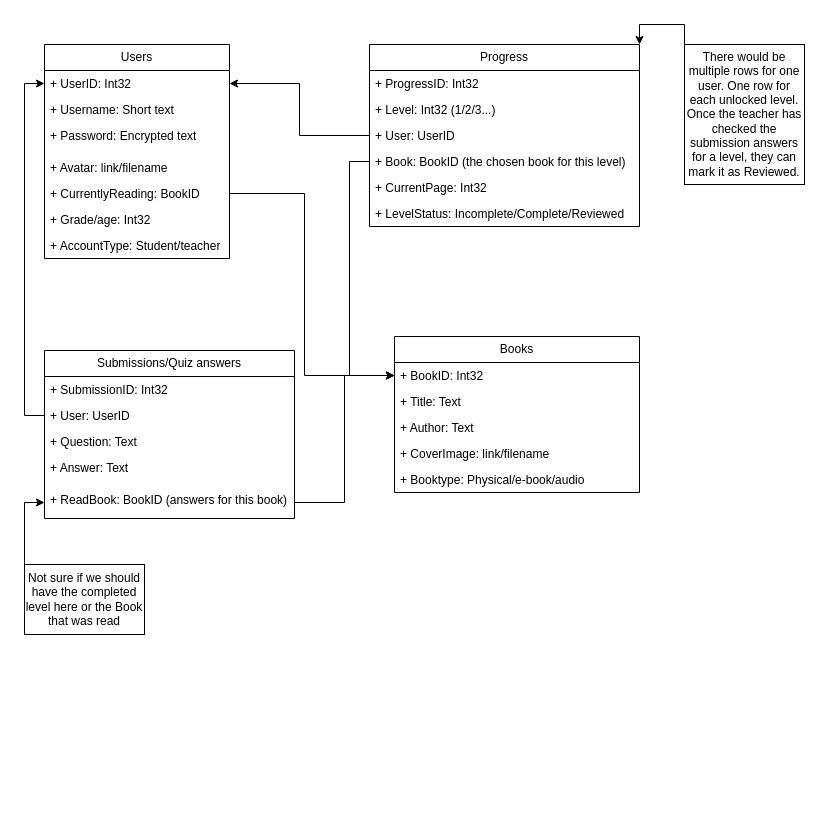
This is Documentation/DB structure.drawio from Osoito/ReadingDiplomaWebGame_Capstone1, a draw.io file, before an edit. Source tidied: cells renumbered, new cells numbered last; positions are measured from the earlier drawing's top-left corner, leaving out a move shared by most shapes. Both pictures are drawn from the tidied source at 100%, with x=0, y=0 at pixel (24, 44).
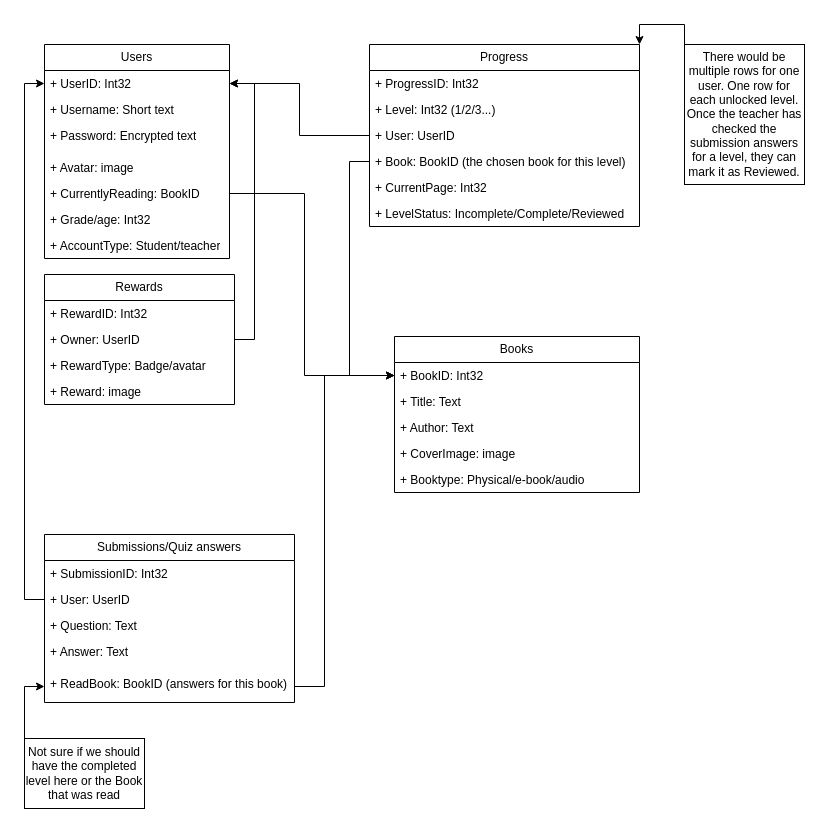
Above is the later version.

Commit message:
Added a rewards table to the UML chart (DB structure). Not sure what to put in it.

Unchanged cells that the change refers to:
```xml
<mxCell id="2" value="Users" style="swimlane;fontStyle=0;horizontal=1;startSize=26;fillColor=none;whiteSpace=wrap;html=1;" parent="1" vertex="1">
  <mxGeometry x="20" width="185" height="214" as="geometry" />
</mxCell>
<mxCell id="3" value="+ UserID: Int32" style="text;strokeColor=none;fillColor=none;align=left;verticalAlign=top;spacingLeft=4;spacingRight=4;overflow=hidden;points=[[0,0.5],[1,0.5]];portConstraint=eastwest;whiteSpace=wrap;html=1;" parent="2" vertex="1">
  <mxGeometry y="26" width="185" height="26" as="geometry" />
</mxCell>
<mxCell id="15" value="+ ReadBook: BookID (answers for this book)" style="text;strokeColor=none;fillColor=none;align=left;verticalAlign=top;spacingLeft=4;spacingRight=4;overflow=hidden;points=[[0,0.5],[1,0.5]];portConstraint=eastwest;whiteSpace=wrap;html=1;" parent="10" vertex="1">
  <mxGeometry y="136" width="250" height="32" as="geometry" />
</mxCell>
<mxCell id="16" value="Books" style="swimlane;fontStyle=0;horizontal=1;startSize=26;fillColor=none;whiteSpace=wrap;html=1;" parent="1" vertex="1">
  <mxGeometry x="370" y="292" width="245" height="156" as="geometry" />
</mxCell>
<mxCell id="17" value="+ BookID: Int32" style="text;strokeColor=none;fillColor=none;align=left;verticalAlign=top;spacingLeft=4;spacingRight=4;overflow=hidden;points=[[0,0.5],[1,0.5]];portConstraint=eastwest;whiteSpace=wrap;html=1;" parent="16" vertex="1">
  <mxGeometry y="26" width="245" height="26" as="geometry" />
</mxCell>
```

The edit, as a diff of the source:
```diff
@@
-    <mxCell id="6" value="+ Avatar: link/filename" style="text;strokeColor=none;fillColor=none;align=left;verticalAlign=top;spacingLeft=4;spacingRight=4;overflow=hidden;whiteSpace=wrap;html=1;" parent="2" vertex="1">
-      <mxGeometry y="110" width="185" height="26" as="geometry" />
-    </mxCell>
+    <mxCell id="38" value="+ Avatar: image" style="text;strokeColor=none;fillColor=none;align=left;verticalAlign=top;spacingLeft=4;spacingRight=4;overflow=hidden;whiteSpace=wrap;html=1;" parent="2" vertex="1">
+      <mxGeometry y="110" width="185" height="26" as="geometry" />
+    </mxCell>
@@
     <mxCell id="10" value="Submissions/Quiz answers" style="swimlane;fontStyle=0;horizontal=1;startSize=26;fillColor=none;whiteSpace=wrap;html=1;" parent="1" vertex="1">
-      <mxGeometry x="20" y="306" width="250" height="168" as="geometry" />
+      <mxGeometry x="20" y="490" width="250" height="168" as="geometry" />
     </mxCell>
@@
-    <mxCell id="20" value="+ CoverImage: link/filename" style="text;strokeColor=none;fillColor=none;align=left;verticalAlign=top;spacingLeft=4;spacingRight=4;overflow=hidden;whiteSpace=wrap;html=1;" parent="16" vertex="1">
-      <mxGeometry y="104" width="245" height="26" as="geometry" />
-    </mxCell>
+    <mxCell id="39" value="+ CoverImage: image" style="text;strokeColor=none;fillColor=none;align=left;verticalAlign=top;spacingLeft=4;spacingRight=4;overflow=hidden;whiteSpace=wrap;html=1;" parent="16" vertex="1">
+      <mxGeometry y="104" width="245" height="26" as="geometry" />
+    </mxCell>
@@
     <mxCell id="35" style="edgeStyle=orthogonalEdgeStyle;rounded=0;jettySize=auto;html=1;exitX=1;exitY=0.5;exitDx=0;exitDy=0;entryX=0;entryY=0.5;entryDx=0;entryDy=0;" parent="1" edge="1" source="15" target="17">
-      <mxGeometry relative="1" as="geometry" />
+      <mxGeometry relative="1" as="geometry">
+        <Array as="points">
+          <mxPoint x="300" y="331" />
+        </Array>
+      </mxGeometry>
     </mxCell>
@@
     <mxCell id="37" value="Not sure if we should have the completed level here or the Book that was read" style="rounded=0;whiteSpace=wrap;html=1;" parent="1" vertex="1">
-      <mxGeometry y="520" width="120" height="70" as="geometry" />
+      <mxGeometry y="694" width="120" height="70" as="geometry" />
     </mxCell>
+    <mxCell id="40" value="Rewards" style="swimlane;fontStyle=0;horizontal=1;startSize=26;fillColor=none;whiteSpace=wrap;html=1;" parent="1" vertex="1">
+      <mxGeometry x="20" y="230" width="190" height="130" as="geometry" />
+    </mxCell>
+    <mxCell id="41" value="+ RewardID: Int32" style="text;strokeColor=none;fillColor=none;align=left;verticalAlign=top;spacingLeft=4;spacingRight=4;overflow=hidden;whiteSpace=wrap;html=1;" parent="40" vertex="1">
+      <mxGeometry y="26" width="190" height="26" as="geometry" />
+    </mxCell>
+    <mxCell id="42" value="+ Owner: UserID" style="text;strokeColor=none;fillColor=none;align=left;verticalAlign=top;spacingLeft=4;spacingRight=4;overflow=hidden;points=[[0,0.5],[1,0.5]];portConstraint=eastwest;whiteSpace=wrap;html=1;" parent="40" vertex="1">
+      <mxGeometry y="52" width="190" height="26" as="geometry" />
+    </mxCell>
+    <mxCell id="43" value="+ RewardType: Badge/avatar" style="text;strokeColor=none;fillColor=none;align=left;verticalAlign=top;spacingLeft=4;spacingRight=4;overflow=hidden;whiteSpace=wrap;html=1;" parent="40" vertex="1">
+      <mxGeometry y="78" width="190" height="26" as="geometry" />
+    </mxCell>
+    <mxCell id="44" value="+ Reward: image" style="text;strokeColor=none;fillColor=none;align=left;verticalAlign=top;spacingLeft=4;spacingRight=4;overflow=hidden;whiteSpace=wrap;html=1;" parent="40" vertex="1">
+      <mxGeometry y="104" width="190" height="26" as="geometry" />
+    </mxCell>
+    <mxCell id="45" style="edgeStyle=orthogonalEdgeStyle;rounded=0;jettySize=auto;html=1;exitX=1;exitY=0.5;exitDx=0;exitDy=0;entryX=1;entryY=0.5;entryDx=0;entryDy=0;" parent="1" edge="1" source="42" target="3">
+      <mxGeometry relative="1" as="geometry" />
+    </mxCell>
```
